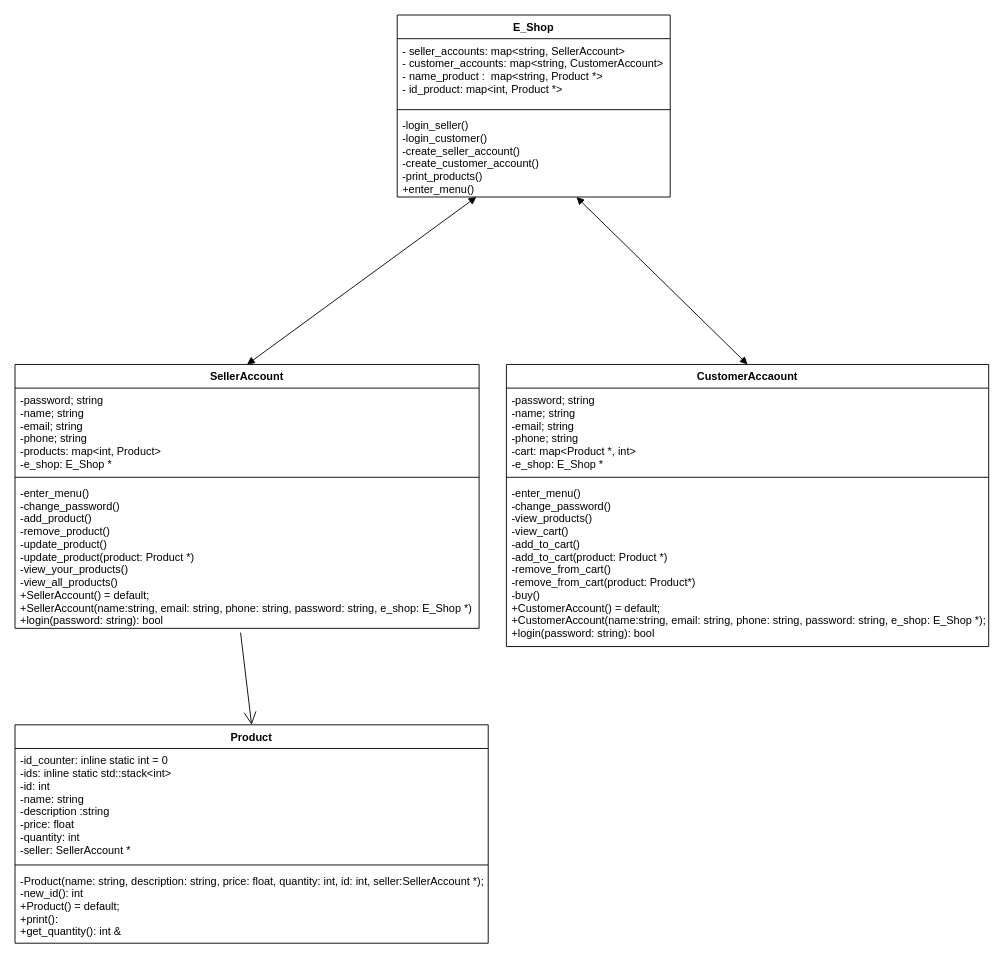
Before: map.drawio in BoGodAkim/E-shop-classes, a draw.io diagram. Source tidied: cells renumbered, new cells numbered last; positions are measured from the earlier drawing's top-left corner, leaving out a move shared by most shapes. Both pictures are drawn from the tidied source at 91%, with x=0, y=0 at pixel (15, 15).
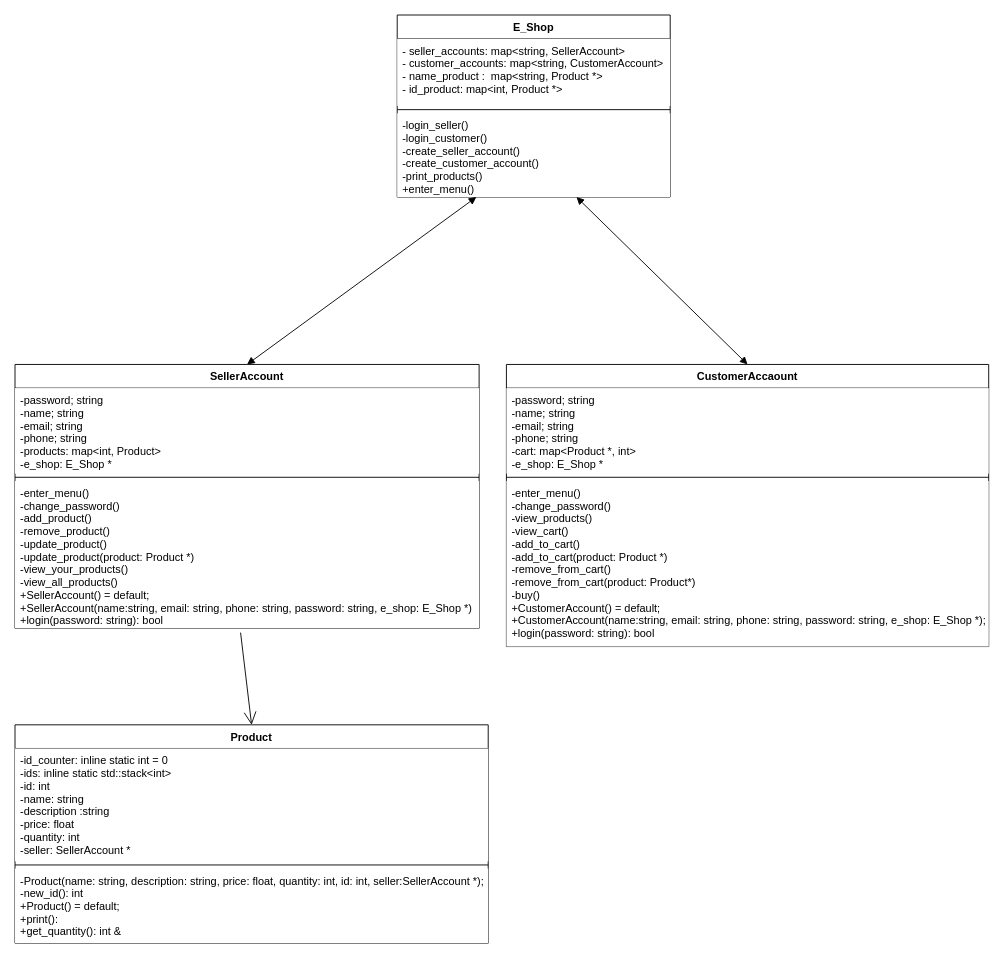
Above is the later version.

Unchanged cells that the change refers to:
```xml
<mxCell id="2" value="E_Shop" style="swimlane;fontStyle=1;align=center;verticalAlign=top;horizontal=1;startSize=26;" parent="1" vertex="1">
  <mxGeometry x="420" width="300" height="200" as="geometry" />
</mxCell>
<mxCell id="6" value="SellerAccount" style="swimlane;fontStyle=1;align=center;verticalAlign=top;horizontal=1;startSize=26;" parent="1" vertex="1">
  <mxGeometry y="384" width="510" height="290" as="geometry" />
</mxCell>
<mxCell id="10" value="CustomerAccaount" style="swimlane;fontStyle=1;align=center;verticalAlign=top;horizontal=1;startSize=26;" parent="1" vertex="1">
  <mxGeometry x="540" y="384" width="530" height="310" as="geometry" />
</mxCell>
<mxCell id="14" value="Product" style="swimlane;fontStyle=1;align=center;verticalAlign=top;horizontal=1;startSize=26;" parent="1" vertex="1">
  <mxGeometry y="780" width="520" height="240" as="geometry" />
</mxCell>
```

The edit, as a diff of the source:
```diff
@@
-    <mxCell id="3" value="- seller_accounts: map&lt;string, SellerAccount&gt;&#10;- customer_accounts: map&lt;string, CustomerAccount&gt; &#10;- name_product :  map&lt;string, Product *&gt;&#10;- id_product: map&lt;int, Product *&gt;" style="text;strokeColor=none;fillColor=none;align=left;verticalAlign=top;spacingLeft=4;spacingRight=4;overflow=hidden;" parent="2" vertex="1">
+    <mxCell id="3" value="- seller_accounts: map&lt;string, SellerAccount&gt;&#10;- customer_accounts: map&lt;string, CustomerAccount&gt; &#10;- name_product :  map&lt;string, Product *&gt;&#10;- id_product: map&lt;int, Product *&gt;" style="text;strokeColor=none;fillColor=default;align=left;verticalAlign=top;spacingLeft=4;spacingRight=4;overflow=hidden;" parent="2" vertex="1">
       <mxGeometry y="26" width="300" height="74" as="geometry" />
     </mxCell>
@@
-    <mxCell id="5" value="-login_seller()&#10;-login_customer()&#10;-create_seller_account()&#10;-create_customer_account()&#10;-print_products()&#10;+enter_menu()" style="text;strokeColor=none;fillColor=none;align=left;verticalAlign=top;spacingLeft=4;spacingRight=4;overflow=hidden;points=[[0,0.5],[1,0.5]];portConstraint=eastwest;" parent="2" vertex="1">
+    <mxCell id="5" value="-login_seller()&#10;-login_customer()&#10;-create_seller_account()&#10;-create_customer_account()&#10;-print_products()&#10;+enter_menu()" style="text;strokeColor=none;fillColor=default;align=left;verticalAlign=top;spacingLeft=4;spacingRight=4;overflow=hidden;points=[[0,0.5],[1,0.5]];portConstraint=eastwest;" parent="2" vertex="1">
       <mxGeometry y="108" width="300" height="92" as="geometry" />
     </mxCell>
@@
-    <mxCell id="7" value="-password; string&#10;-name; string&#10;-email; string&#10;-phone; string&#10;-products: map&lt;int, Product&gt;&#10;-e_shop: E_Shop *" style="text;strokeColor=none;fillColor=none;align=left;verticalAlign=top;spacingLeft=4;spacingRight=4;overflow=hidden;" parent="6" vertex="1">
+    <mxCell id="7" value="-password; string&#10;-name; string&#10;-email; string&#10;-phone; string&#10;-products: map&lt;int, Product&gt;&#10;-e_shop: E_Shop *" style="text;strokeColor=none;fillColor=default;align=left;verticalAlign=top;spacingLeft=4;spacingRight=4;overflow=hidden;" parent="6" vertex="1">
       <mxGeometry y="26" width="510" height="94" as="geometry" />
     </mxCell>
@@
-    <mxCell id="9" value="-enter_menu()&#10;-change_password()&#10;-add_product()&#10;-remove_product()&#10;-update_product()&#10;-update_product(product: Product *)&#10;-view_your_products()&#10;-view_all_products()&#10;+SellerAccount() = default;&#10;+SellerAccount(name:string, email: string, phone: string, password: string, e_shop: E_Shop *)&#10;+login(password: string): bool" style="text;strokeColor=none;fillColor=none;align=left;verticalAlign=top;spacingLeft=4;spacingRight=4;overflow=hidden;points=[[0,0.5],[1,0.5]];portConstraint=eastwest;" parent="6" vertex="1">
+    <mxCell id="9" value="-enter_menu()&#10;-change_password()&#10;-add_product()&#10;-remove_product()&#10;-update_product()&#10;-update_product(product: Product *)&#10;-view_your_products()&#10;-view_all_products()&#10;+SellerAccount() = default;&#10;+SellerAccount(name:string, email: string, phone: string, password: string, e_shop: E_Shop *)&#10;+login(password: string): bool" style="text;strokeColor=none;fillColor=default;align=left;verticalAlign=top;spacingLeft=4;spacingRight=4;overflow=hidden;points=[[0,0.5],[1,0.5]];portConstraint=eastwest;" parent="6" vertex="1">
       <mxGeometry y="128" width="510" height="162" as="geometry" />
     </mxCell>
@@
-    <mxCell id="11" value="-password; string&#10;-name; string&#10;-email; string&#10;-phone; string&#10;-cart: map&lt;Product *, int&gt;&#10;-e_shop: E_Shop *" style="text;strokeColor=none;fillColor=none;align=left;verticalAlign=top;spacingLeft=4;spacingRight=4;overflow=hidden;" parent="10" vertex="1">
+    <mxCell id="11" value="-password; string&#10;-name; string&#10;-email; string&#10;-phone; string&#10;-cart: map&lt;Product *, int&gt;&#10;-e_shop: E_Shop *" style="text;strokeColor=none;fillColor=default;align=left;verticalAlign=top;spacingLeft=4;spacingRight=4;overflow=hidden;" parent="10" vertex="1">
       <mxGeometry y="26" width="530" height="94" as="geometry" />
     </mxCell>
@@
-    <mxCell id="13" value="-enter_menu()&#10;-change_password()&#10;-view_products()&#10;-view_cart()&#10;-add_to_cart()&#10;-add_to_cart(product: Product *)&#10;-remove_from_cart()&#10;-remove_from_cart(product: Product*)&#10;-buy()&#10;+CustomerAccount() = default;&#10;+CustomerAccount(name:string, email: string, phone: string, password: string, e_shop: E_Shop *);&#10;+login(password: string): bool" style="text;strokeColor=none;fillColor=none;align=left;verticalAlign=top;spacingLeft=4;spacingRight=4;overflow=hidden;" parent="10" vertex="1">
+    <mxCell id="13" value="-enter_menu()&#10;-change_password()&#10;-view_products()&#10;-view_cart()&#10;-add_to_cart()&#10;-add_to_cart(product: Product *)&#10;-remove_from_cart()&#10;-remove_from_cart(product: Product*)&#10;-buy()&#10;+CustomerAccount() = default;&#10;+CustomerAccount(name:string, email: string, phone: string, password: string, e_shop: E_Shop *);&#10;+login(password: string): bool" style="text;strokeColor=none;fillColor=default;align=left;verticalAlign=top;spacingLeft=4;spacingRight=4;overflow=hidden;" parent="10" vertex="1">
       <mxGeometry y="128" width="530" height="182" as="geometry" />
     </mxCell>
@@
-    <mxCell id="15" value="-id_counter: inline static int = 0&#10;-ids: inline static std::stack&lt;int&gt; &#10;-id: int&#10;-name: string&#10;-description :string&#10;-price: float&#10;-quantity: int&#10;-seller: SellerAccount *" style="text;strokeColor=none;fillColor=none;align=left;verticalAlign=top;spacingLeft=4;spacingRight=4;overflow=hidden;fontStyle=0;" parent="14" vertex="1">
+    <mxCell id="15" value="-id_counter: inline static int = 0&#10;-ids: inline static std::stack&lt;int&gt; &#10;-id: int&#10;-name: string&#10;-description :string&#10;-price: float&#10;-quantity: int&#10;-seller: SellerAccount *" style="text;strokeColor=none;fillColor=default;align=left;verticalAlign=top;spacingLeft=4;spacingRight=4;overflow=hidden;fontStyle=0;" parent="14" vertex="1">
       <mxGeometry y="26" width="520" height="124" as="geometry" />
     </mxCell>
@@
-    <mxCell id="17" value="-Product(name: string, description: string, price: float, quantity: int, id: int, seller:SellerAccount *);&#10;-new_id(): int&#10;+Product() = default;&#10;+print():&#10;+get_quantity(): int &amp;" style="text;strokeColor=none;fillColor=none;align=left;verticalAlign=top;spacingLeft=4;spacingRight=4;overflow=hidden;" parent="14" vertex="1">
+    <mxCell id="17" value="-Product(name: string, description: string, price: float, quantity: int, id: int, seller:SellerAccount *);&#10;-new_id(): int&#10;+Product() = default;&#10;+print():&#10;+get_quantity(): int &amp;" style="text;strokeColor=none;fillColor=default;align=left;verticalAlign=top;spacingLeft=4;spacingRight=4;overflow=hidden;" parent="14" vertex="1">
       <mxGeometry y="158" width="520" height="82" as="geometry" />
     </mxCell>
```
